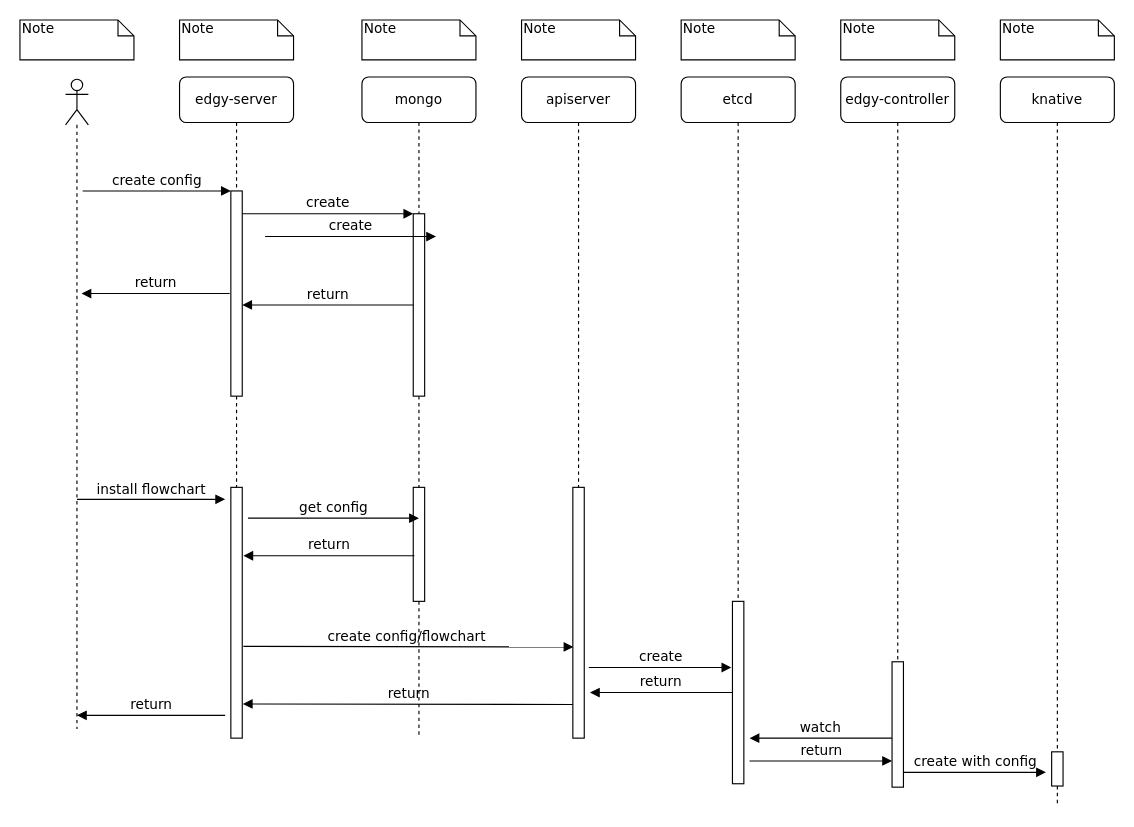
acodetailor/uml keeps this draw.io diagram as config Diagram.drawio. Above is the earlier version. Source tidied: cells renumbered, new cells numbered last; positions are measured from the earlier drawing's top-left corner, leaving out a move shared by most shapes. Both pictures are drawn from the tidied source at 114%, with x=0, y=0 at pixel (19, 19).
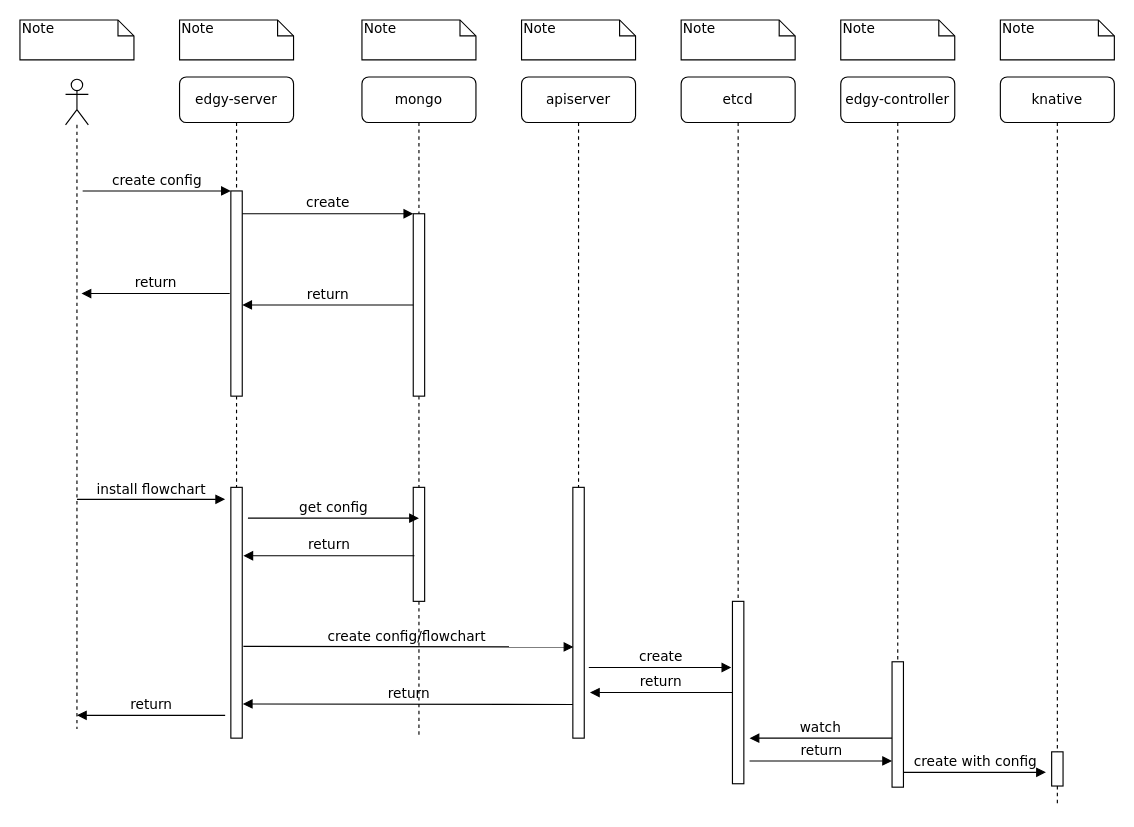
Above is the later version.

Diff of the diagram source:
```diff
@@
-    <mxCell id="32" value="create" style="html=1;verticalAlign=bottom;endArrow=block;entryX=0;entryY=0;labelBackgroundColor=none;fontFamily=Verdana;fontSize=12;edgeStyle=elbowEdgeStyle;elbow=vertical;" parent="1" edge="1">
-      <mxGeometry relative="1" as="geometry">
-        <mxPoint x="215" y="190" as="sourcePoint" />
-        <mxPoint x="365" y="190" as="targetPoint" />
-      </mxGeometry>
-    </mxCell>
```
